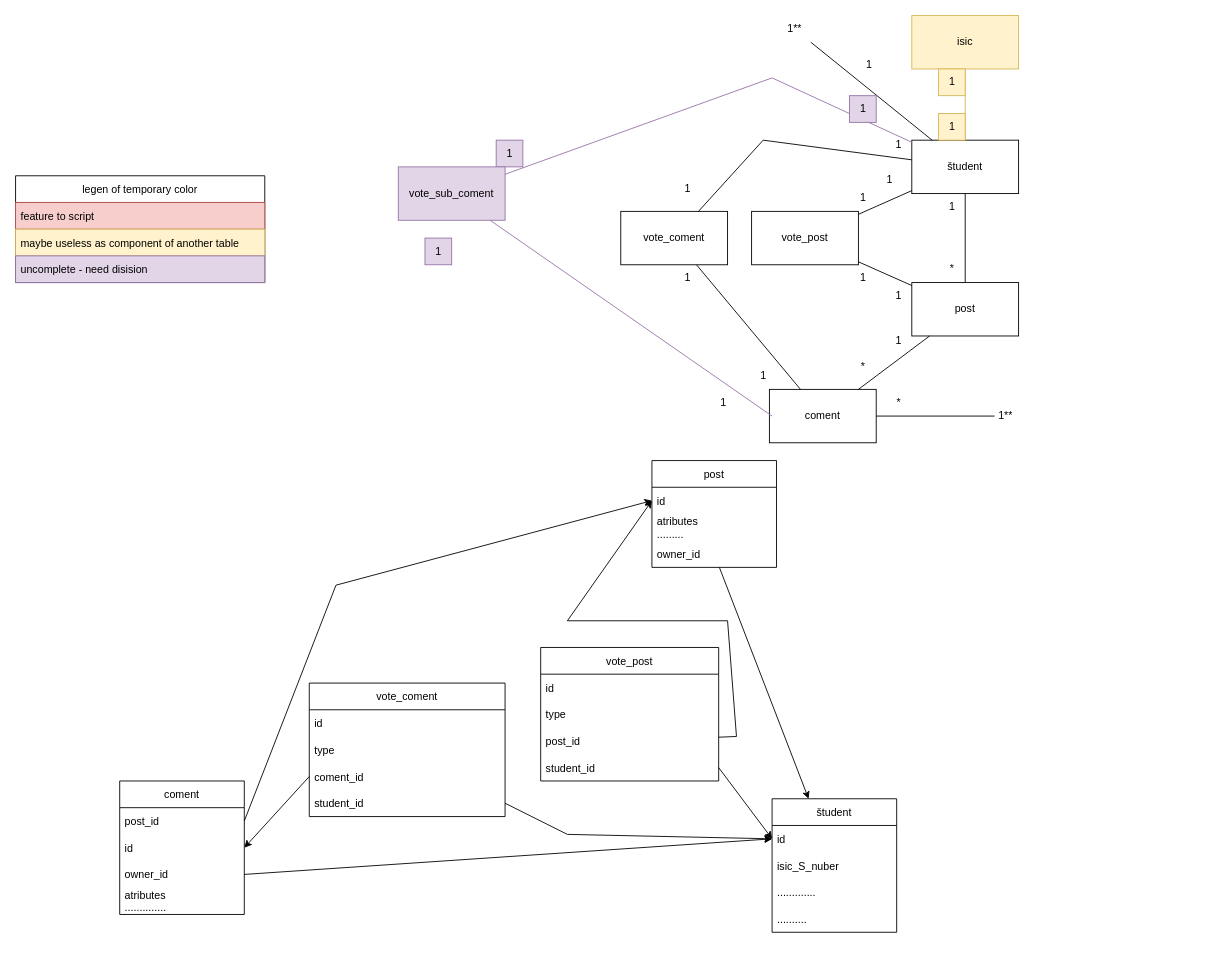
The draw.io diagram documentation/O.Rsolution.drawio in MatejMagat305/RedditForStudents, before the edit. Source tidied: cells renumbered, new cells numbered last; positions are measured from the earlier drawing's top-left corner, leaving out a move shared by most shapes. Both pictures are drawn from the tidied source at 89%, with x=0, y=0 at pixel (15, 15).
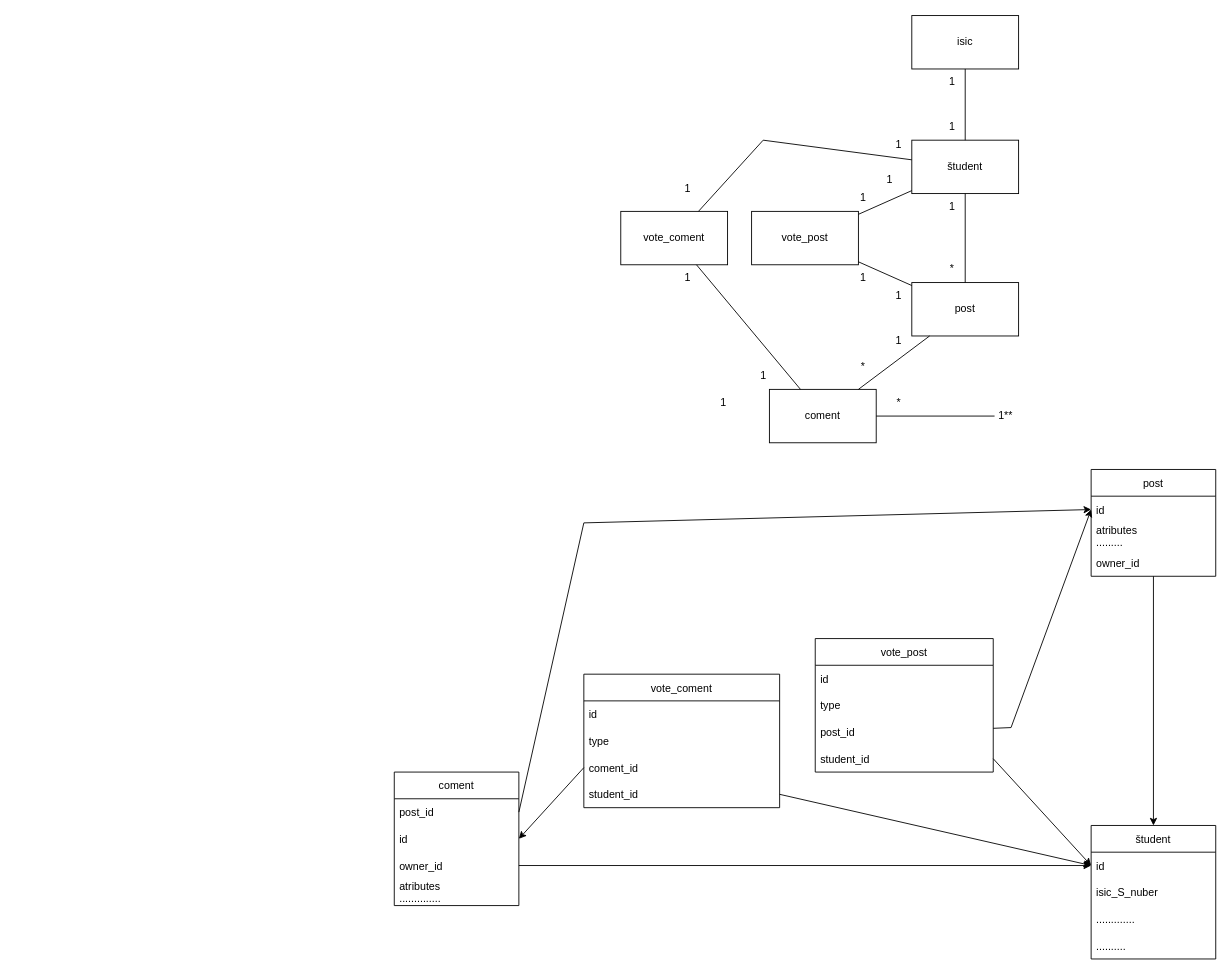
After the change.

Unchanged cells that the change refers to:
```xml
<mxCell id="3" value="id" style="text;strokeColor=none;fillColor=none;align=left;verticalAlign=middle;spacingLeft=4;spacingRight=4;overflow=hidden;points=[[0,0.5],[1,0.5]];portConstraint=eastwest;" parent="2" vertex="1">
  <mxGeometry y="30" width="140" height="30" as="geometry" />
</mxCell>
<mxCell id="8" value="id" style="text;strokeColor=none;fillColor=none;align=left;verticalAlign=middle;spacingLeft=4;spacingRight=4;overflow=hidden;points=[[0,0.5],[1,0.5]];portConstraint=eastwest;" parent="7" vertex="1">
  <mxGeometry y="30" width="140" height="30" as="geometry" />
</mxCell>
<mxCell id="13" value="post_id" style="text;strokeColor=none;fillColor=none;align=left;verticalAlign=middle;spacingLeft=4;spacingRight=4;overflow=hidden;points=[[0,0.5],[1,0.5]];portConstraint=eastwest;" parent="12" vertex="1">
  <mxGeometry y="30" width="140" height="30" as="geometry" />
</mxCell>
<mxCell id="19" value="študent" style="rounded=0;whiteSpace=wrap;html=1;" parent="1" vertex="1">
  <mxGeometry x="1007" y="140" width="120" height="60" as="geometry" />
</mxCell>
<mxCell id="49" value="post_id   " style="text;align=left;verticalAlign=middle;spacingLeft=4;spacingRight=4;overflow=hidden;points=[[0,0.5],[1,0.5]];portConstraint=eastwest;" parent="46" vertex="1">
  <mxGeometry y="90" width="200" height="30" as="geometry" />
</mxCell>
<mxCell id="57" value="student_id" style="text;align=left;verticalAlign=middle;spacingLeft=4;spacingRight=4;overflow=hidden;points=[[0,0.5],[1,0.5]];portConstraint=eastwest;" parent="53" vertex="1">
  <mxGeometry y="120" width="220" height="30" as="geometry" />
</mxCell>
```

Change to the diagram source:
```diff
@@
     <mxCell id="2" value="študent" style="swimlane;fontStyle=0;horizontal=1;startSize=30;" parent="1" vertex="1">
-      <mxGeometry x="850" y="880" width="140" height="150" as="geometry" />
+      <mxGeometry x="1208.5" y="910" width="140" height="150" as="geometry" />
     </mxCell>
@@
     <mxCell id="7" value="post" style="swimlane;fontStyle=0;horizontal=1;startSize=30;" parent="1" vertex="1">
-      <mxGeometry x="715" y="500" width="140" height="120" as="geometry" />
+      <mxGeometry x="1208.5" y="510" width="140" height="120" as="geometry" />
     </mxCell>
@@
     <mxCell id="12" value="coment" style="swimlane;fontStyle=0;horizontal=1;startSize=30;" parent="1" vertex="1">
-      <mxGeometry x="117" y="860" width="140" height="150" as="geometry" />
+      <mxGeometry x="425.5" y="850" width="140" height="150" as="geometry" />
     </mxCell>
@@
     <mxCell id="18" style="endArrow=classic;html=1;rounded=0;exitX=1;exitY=0.5;exitDx=0;exitDy=0;entryX=0;entryY=0.5;entryDx=0;entryDy=0;" parent="1" edge="1" source="13" target="8">
       <mxGeometry relative="1" as="geometry">
         <Array as="points">
-          <mxPoint x="360" y="640" />
+          <mxPoint x="638.5" y="570" />
         </Array>
       </mxGeometry>
     </mxCell>
@@
-    <mxCell id="21" value="isic" style="rounded=0;whiteSpace=wrap;html=1;fillColor=#fff2cc;strokeColor=#d6b656;" parent="1" vertex="1">
+    <mxCell id="21" value="isic" style="rounded=0;whiteSpace=wrap;html=1;" parent="1" vertex="1">
       <mxGeometry x="1007" width="120" height="60" as="geometry" />
     </mxCell>
-    <mxCell id="22" style="endArrow=none;html=1;rounded=0;fillColor=#fff2cc;strokeColor=#d6b656;" parent="1" edge="1" source="19" target="21">
+    <mxCell id="22" style="endArrow=none;html=1;rounded=0;" parent="1" edge="1" source="19" target="21">
       <mxGeometry relative="1" as="geometry" />
     </mxCell>
-    <mxCell id="23" value="1" style="text;html=1;align=center;verticalAlign=middle;strokeColor=#d6b656;fillColor=#fff2cc;" parent="1" vertex="1">
+    <mxCell id="23" value="1" style="text;html=1;align=center;verticalAlign=middle;" parent="1" vertex="1">
       <mxGeometry x="1037" y="60" width="30" height="30" as="geometry" />
     </mxCell>
@@
-    <mxCell id="34" value="1" style="text;html=1;align=center;verticalAlign=middle;strokeColor=#d6b656;fillColor=#fff2cc;" parent="1" vertex="1">
+    <mxCell id="34" value="1" style="text;html=1;align=center;verticalAlign=middle;" parent="1" vertex="1">
       <mxGeometry x="1037" y="110" width="30" height="30" as="geometry" />
     </mxCell>
@@
     <mxCell id="46" value="vote_post" style="swimlane;fontStyle=0;horizontal=1;startSize=30;" parent="1" vertex="1">
-      <mxGeometry x="590" y="710" width="200" height="150" as="geometry" />
+      <mxGeometry x="898.5" y="700" width="200" height="150" as="geometry" />
     </mxCell>
@@
     <mxCell id="51" style="endArrow=classic;html=1;rounded=0;entryX=0;entryY=0.5;entryDx=0;entryDy=0;" parent="1" edge="1" source="49" target="8">
       <mxGeometry relative="1" as="geometry">
         <Array as="points">
-          <mxPoint x="810" y="810" />
-          <mxPoint x="800" y="680" />
-          <mxPoint x="620" y="680" />
+          <mxPoint x="1118.5" y="800" />
         </Array>
       </mxGeometry>
     </mxCell>
@@
     <mxCell id="53" value="vote_coment" style="swimlane;fontStyle=0;horizontal=1;startSize=30;" parent="1" vertex="1">
-      <mxGeometry x="330" y="750" width="220" height="150" as="geometry" />
+      <mxGeometry x="638.5" y="740" width="220" height="150" as="geometry" />
     </mxCell>
@@
     <mxCell id="59" style="endArrow=classic;html=1;rounded=0;exitX=1;exitY=0.5;exitDx=0;exitDy=0;entryX=0;entryY=0.5;entryDx=0;entryDy=0;" parent="1" edge="1" source="57" target="3">
-      <mxGeometry relative="1" as="geometry">
-        <Array as="points">
-          <mxPoint x="620" y="920" />
-        </Array>
-      </mxGeometry>
+      <mxGeometry relative="1" as="geometry" />
     </mxCell>
-    <mxCell id="60" value="legen of temporary color" style="swimlane;fontStyle=0;horizontal=1;startSize=30;" parent="1" vertex="1">
-      <mxGeometry y="180" width="280" height="120" as="geometry" />
-    </mxCell>
-    <mxCell id="61" value="feature to script" style="text;strokeColor=#b85450;fillColor=#f8cecc;align=left;verticalAlign=middle;spacingLeft=4;spacingRight=4;overflow=hidden;" parent="60" vertex="1">
-      <mxGeometry y="30" width="280" height="30" as="geometry" />
-    </mxCell>
-    <mxCell id="62" value="maybe useless as component of another table" style="text;strokeColor=#d6b656;fillColor=#fff2cc;align=left;verticalAlign=middle;spacingLeft=4;spacingRight=4;overflow=hidden;" parent="60" vertex="1">
-      <mxGeometry y="60" width="280" height="30" as="geometry" />
-    </mxCell>
-    <mxCell id="63" value="uncomplete - need disision" style="text;strokeColor=#9673a6;fillColor=#e1d5e7;align=left;verticalAlign=middle;spacingLeft=4;spacingRight=4;overflow=hidden;" parent="60" vertex="1">
-      <mxGeometry y="90" width="280" height="30" as="geometry" />
-    </mxCell>
@@
-    <mxCell id="67" value="1**" style="text;html=1;align=center;verticalAlign=middle;points=[];strokeColor=none;fillColor=none;" parent="1" vertex="1">
-      <mxGeometry x="855" width="40" height="30" as="geometry" />
-    </mxCell>
-    <mxCell id="68" style="endArrow=none;html=1;rounded=0;" parent="1" edge="1" source="19" target="67">
-      <mxGeometry relative="1" as="geometry" />
-    </mxCell>
-    <mxCell id="69" value="1" style="text;html=1;align=center;verticalAlign=middle;strokeColor=none;fillColor=none;" parent="1" vertex="1">
-      <mxGeometry x="944" y="40" width="30" height="30" as="geometry" />
-    </mxCell>
@@
-    <mxCell id="71" value="1" style="text;html=1;align=center;verticalAlign=middle;strokeColor=#9673a6;fillColor=#e1d5e7;" parent="1" vertex="1">
-      <mxGeometry x="540" y="140" width="30" height="30" as="geometry" />
-    </mxCell>
-    <mxCell id="72" value="vote_sub_coment" style="rounded=0;whiteSpace=wrap;html=1;fillColor=#e1d5e7;strokeColor=#9673a6;" parent="1" vertex="1">
-      <mxGeometry x="430" y="170" width="120" height="60" as="geometry" />
-    </mxCell>
-    <mxCell id="73" style="endArrow=none;html=1;rounded=0;fillColor=#e1d5e7;strokeColor=#9673a6;" parent="1" edge="1" source="72" target="19">
-      <mxGeometry relative="1" as="geometry">
-        <Array as="points">
-          <mxPoint x="850" y="70" />
-        </Array>
-      </mxGeometry>
-    </mxCell>
-    <mxCell id="74" value="1" style="text;html=1;align=center;verticalAlign=middle;strokeColor=#9673a6;fillColor=#e1d5e7;" parent="1" vertex="1">
-      <mxGeometry x="937" y="90" width="30" height="30" as="geometry" />
-    </mxCell>
-    <mxCell id="75" style="endArrow=none;html=1;rounded=0;fillColor=#e1d5e7;strokeColor=#9673a6;" parent="1" edge="1" source="72">
-      <mxGeometry relative="1" as="geometry">
-        <mxPoint x="850" y="450" as="targetPoint" />
-      </mxGeometry>
-    </mxCell>
-    <mxCell id="76" value="1" style="text;html=1;align=center;verticalAlign=middle;strokeColor=#9673a6;fillColor=#e1d5e7;" parent="1" vertex="1">
-      <mxGeometry x="460" y="250" width="30" height="30" as="geometry" />
-    </mxCell>
```
